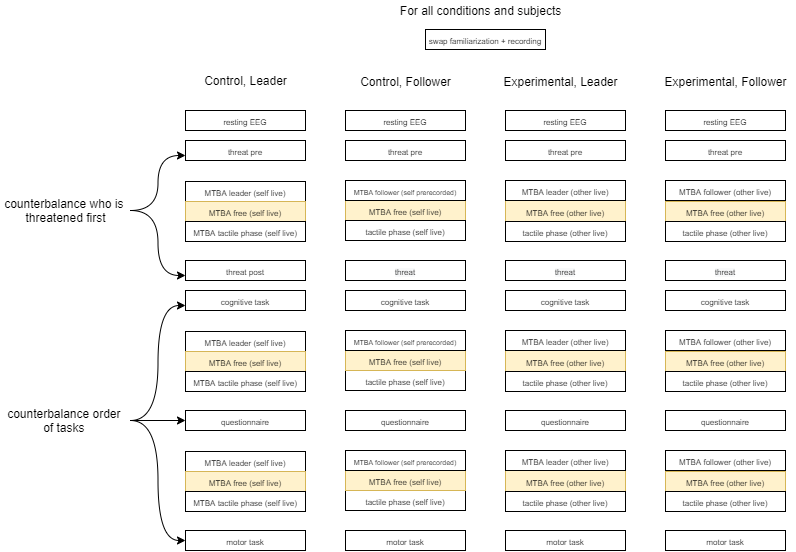
BeAnotherLab/The-Machine-to-be-Another-Unity keeps this draw.io diagram as Docs/Experiment Structure.png. Above is the earlier version. Source tidied: cells renumbered, new cells last; positions are measured from the earlier drawing's top-left corner, leaving out a move shared by most shapes.
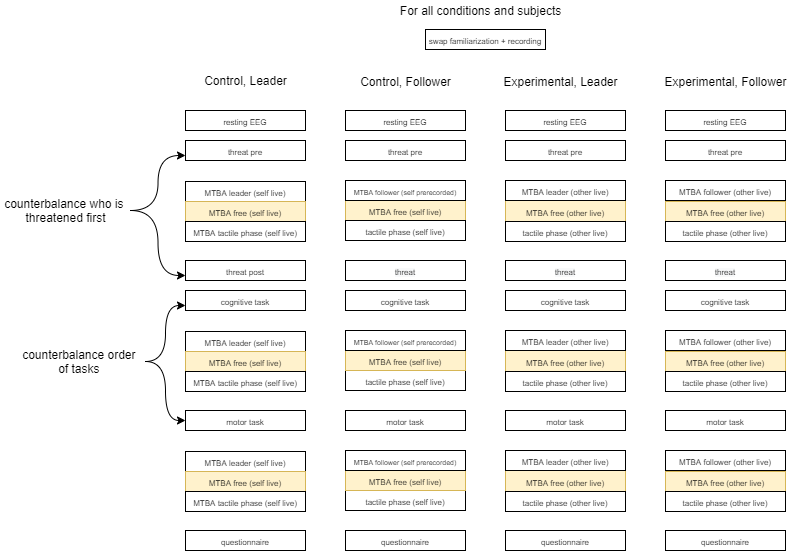
Above is the later version.

What changed in the source:
```diff
@@ -45,7 +45,7 @@
       <mxGeometry x="655" y="71" width="140" height="20" as="geometry" />
     </mxCell>
     <mxCell id="16" value="&lt;span style=&quot;font-size: 8px&quot;&gt;motor task&lt;/span&gt;" style="rounded=0;whiteSpace=wrap;html=1;align=center;" parent="1" vertex="1">
-      <mxGeometry x="185" y="530" width="120" height="20" as="geometry" />
+      <mxGeometry x="185" y="410" width="120" height="20" as="geometry" />
     </mxCell>
     <mxCell id="17" value="&lt;font style=&quot;font-size: 7px&quot;&gt;&lt;font style=&quot;font-size: 7px&quot;&gt;&lt;font style=&quot;font-size: 7px&quot;&gt;MTBA follower&amp;nbsp;&lt;/font&gt;&lt;/font&gt;&lt;font style=&quot;font-size: 7px&quot;&gt;(self prerecorded&lt;/font&gt;)&lt;/font&gt;" style="rounded=0;whiteSpace=wrap;html=1;align=center;" parent="1" vertex="1">
       <mxGeometry x="345" y="180" width="120" height="20" as="geometry" />
@@ -66,16 +66,16 @@
       <mxGeometry x="665" y="110" width="120" height="20" as="geometry" />
     </mxCell>
     <mxCell id="23" value="&lt;span style=&quot;font-size: 8px&quot;&gt;questionnaire&lt;/span&gt;" style="rounded=0;whiteSpace=wrap;html=1;align=center;" parent="1" vertex="1">
-      <mxGeometry x="185" y="410" width="120" height="20" as="geometry" />
+      <mxGeometry x="185" y="530" width="120" height="20" as="geometry" />
     </mxCell>
     <mxCell id="24" value="&lt;span style=&quot;font-size: 8px&quot;&gt;questionnaire&lt;/span&gt;" style="rounded=0;whiteSpace=wrap;html=1;align=center;" parent="1" vertex="1">
-      <mxGeometry x="345" y="410" width="120" height="20" as="geometry" />
+      <mxGeometry x="345" y="530" width="120" height="20" as="geometry" />
     </mxCell>
     <mxCell id="25" value="&lt;span style=&quot;font-size: 8px&quot;&gt;questionnaire&lt;/span&gt;" style="rounded=0;whiteSpace=wrap;html=1;align=center;" parent="1" vertex="1">
-      <mxGeometry x="505" y="410" width="120" height="20" as="geometry" />
+      <mxGeometry x="505" y="530" width="120" height="20" as="geometry" />
     </mxCell>
     <mxCell id="26" value="&lt;span style=&quot;font-size: 8px&quot;&gt;questionnaire&lt;/span&gt;" style="rounded=0;whiteSpace=wrap;html=1;align=center;" parent="1" vertex="1">
-      <mxGeometry x="665" y="410" width="120" height="20" as="geometry" />
+      <mxGeometry x="665" y="530" width="120" height="20" as="geometry" />
     </mxCell>
     <mxCell id="27" value="&lt;span style=&quot;font-size: 8px&quot;&gt;swap familiarization + recording&lt;/span&gt;" style="rounded=0;whiteSpace=wrap;html=1;align=center;" parent="1" vertex="1">
       <mxGeometry x="425" y="29" width="120" height="20" as="geometry" />
@@ -138,25 +138,22 @@
       <mxGeometry x="665" y="290" width="120" height="20" as="geometry" />
     </mxCell>
     <mxCell id="47" value="&lt;span style=&quot;font-size: 8px&quot;&gt;motor task&lt;/span&gt;" style="rounded=0;whiteSpace=wrap;html=1;align=center;" parent="1" vertex="1">
-      <mxGeometry x="345" y="530" width="120" height="20" as="geometry" />
+      <mxGeometry x="345" y="410" width="120" height="20" as="geometry" />
     </mxCell>
     <mxCell id="48" value="&lt;span style=&quot;font-size: 8px&quot;&gt;motor task&lt;/span&gt;" style="rounded=0;whiteSpace=wrap;html=1;align=center;" parent="1" vertex="1">
-      <mxGeometry x="505" y="530" width="120" height="20" as="geometry" />
+      <mxGeometry x="505" y="410" width="120" height="20" as="geometry" />
     </mxCell>
     <mxCell id="49" value="&lt;span style=&quot;font-size: 8px&quot;&gt;motor task&lt;/span&gt;" style="rounded=0;whiteSpace=wrap;html=1;align=center;" parent="1" vertex="1">
-      <mxGeometry x="665" y="530" width="120" height="20" as="geometry" />
+      <mxGeometry x="665" y="410" width="120" height="20" as="geometry" />
     </mxCell>
     <mxCell id="50" style="edgeStyle=orthogonalEdgeStyle;rounded=0;jettySize=auto;html=1;entryX=0;entryY=0.75;entryDx=0;entryDy=0;curved=1;" parent="1" edge="1" source="53" target="30">
       <mxGeometry relative="1" as="geometry" />
     </mxCell>
-    <mxCell id="51" style="edgeStyle=orthogonalEdgeStyle;rounded=0;jettySize=auto;html=1;entryX=0;entryY=0.5;entryDx=0;entryDy=0;curved=1;" parent="1" edge="1" source="53" target="23">
-      <mxGeometry relative="1" as="geometry" />
-    </mxCell>
     <mxCell id="52" style="edgeStyle=orthogonalEdgeStyle;rounded=0;jettySize=auto;html=1;entryX=0;entryY=0.5;entryDx=0;entryDy=0;curved=1;" parent="1" edge="1" source="53" target="16">
       <mxGeometry relative="1" as="geometry" />
     </mxCell>
     <mxCell id="53" value="counterbalance order&amp;nbsp;&lt;br&gt;of tasks &lt;br&gt;" style="text;html=1;align=center;verticalAlign=middle;points=[];" parent="1" vertex="1">
-      <mxGeometry y="405" width="130" height="30" as="geometry" />
+      <mxGeometry x="15" y="346" width="130" height="30" as="geometry" />
     </mxCell>
     <mxCell id="54" value="&lt;span style=&quot;font-size: 8px&quot;&gt;threat post&lt;br&gt;&lt;/span&gt;" style="rounded=0;whiteSpace=wrap;html=1;" parent="1" vertex="1">
       <mxGeometry x="185" y="260" width="120" height="20" as="geometry" />
```
